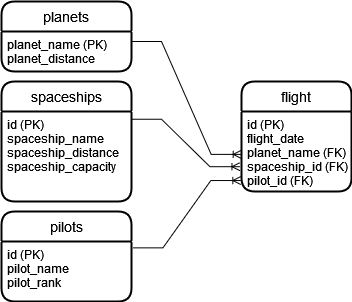
Before: part1/cosmoport.drawio.png, a diagram exported from draw.io (Kolesa-Education/kolesa-upgrade-homework-4). Source tidied: cells renumbered, new cells last; positions are measured from the earlier drawing's top-left corner, leaving out a move shared by most shapes.
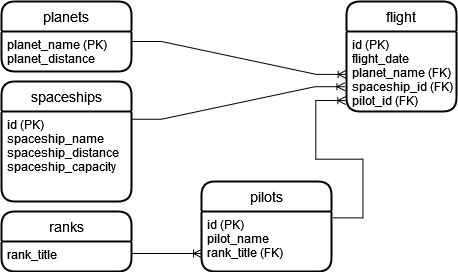
The same file after the commit.

Commit message:
выполняю задание 4

Change to the diagram source:
```diff
@@ -3,7 +3,7 @@
     <mxCell id="0" />
     <mxCell id="1" parent="0" />
     <mxCell id="2" value="flight" style="swimlane;horizontal=1;startSize=30;rounded=1;fontSize=14;fontStyle=0;strokeWidth=2;shadow=0;dashed=0;align=center;" parent="1" vertex="1">
-      <mxGeometry x="240" y="80" width="110" height="110" as="geometry" />
+      <mxGeometry x="345" width="110" height="110" as="geometry" />
     </mxCell>
     <mxCell id="3" value="id (PK)&#10;flight_date&#10;planet_name (FK)&#10;spaceship_id (FK)&#10;pilot_id (FK)&#10;&#10;" style="align=left;strokeColor=none;fillColor=none;spacingLeft=4;fontSize=12;verticalAlign=top;" parent="2" vertex="1">
       <mxGeometry y="30" width="110" height="80" as="geometry" />
@@ -21,9 +21,9 @@
       <mxGeometry y="30" width="130" height="90" as="geometry" />
     </mxCell>
     <mxCell id="8" value="&#10;  pilots&#10;" style="swimlane;horizontal=1;startSize=30;rounded=1;fontSize=14;fontStyle=0;strokeWidth=2;shadow=0;dashed=0;align=center;" parent="1" vertex="1">
-      <mxGeometry y="210" width="130" height="90" as="geometry" />
+      <mxGeometry x="200" y="180" width="130" height="90" as="geometry" />
     </mxCell>
-    <mxCell id="9" value="id (PK)&#10;  pilot_name&#10;  pilot_rank&#10;" style="align=left;strokeColor=none;fillColor=none;spacingLeft=4;fontSize=12;verticalAlign=top;" parent="8" vertex="1">
+    <mxCell id="9" value="id (PK)&#10;  pilot_name&#10;  rank_title (FK)&#10;" style="align=left;strokeColor=none;fillColor=none;spacingLeft=4;fontSize=12;verticalAlign=top;" parent="8" vertex="1">
       <mxGeometry y="30" width="130" height="60" as="geometry" />
     </mxCell>
     <mxCell id="10" style="edgeStyle=entityRelationEdgeStyle;fontSize=12;html=1;endArrow=ERoneToMany;rounded=0;entryX=-0.006;entryY=0.863;entryDx=0;entryDy=0;entryPerimeter=0;exitX=1.011;exitY=0.106;exitDx=0;exitDy=0;exitPerimeter=0;" parent="1" edge="1" source="9" target="3">
@@ -35,5 +35,16 @@
     <mxCell id="12" style="edgeStyle=entityRelationEdgeStyle;fontSize=12;html=1;endArrow=ERoneToMany;rounded=0;entryX=-0.003;entryY=0.536;entryDx=0;entryDy=0;entryPerimeter=0;exitX=1;exitY=0.25;exitDx=0;exitDy=0;" parent="1" edge="1" source="5" target="3">
       <mxGeometry relative="1" as="geometry" />
     </mxCell>
+    <mxCell id="13" value="ranks" style="swimlane;horizontal=1;startSize=30;rounded=1;fontSize=14;fontStyle=0;strokeWidth=2;shadow=0;dashed=0;align=center;" parent="1" vertex="1">
+      <mxGeometry y="210" width="130" height="60" as="geometry" />
+    </mxCell>
+    <mxCell id="14" value="rank_title&#10;&#10;" style="align=left;strokeColor=none;fillColor=none;spacingLeft=4;fontSize=12;verticalAlign=top;" parent="13" vertex="1">
+      <mxGeometry y="30" width="130" height="30" as="geometry" />
+    </mxCell>
+    <mxCell id="15" style="edgeStyle=entityRelationEdgeStyle;fontSize=12;html=1;endArrow=ERoneToMany;rounded=0;entryX=0;entryY=0.7;entryDx=0;entryDy=0;entryPerimeter=0;" parent="1" edge="1" target="9">
+      <mxGeometry relative="1" as="geometry">
+        <mxPoint x="130" y="252" as="sourcePoint" />
+      </mxGeometry>
+    </mxCell>
   </root>
 </mxGraphModel>
```
